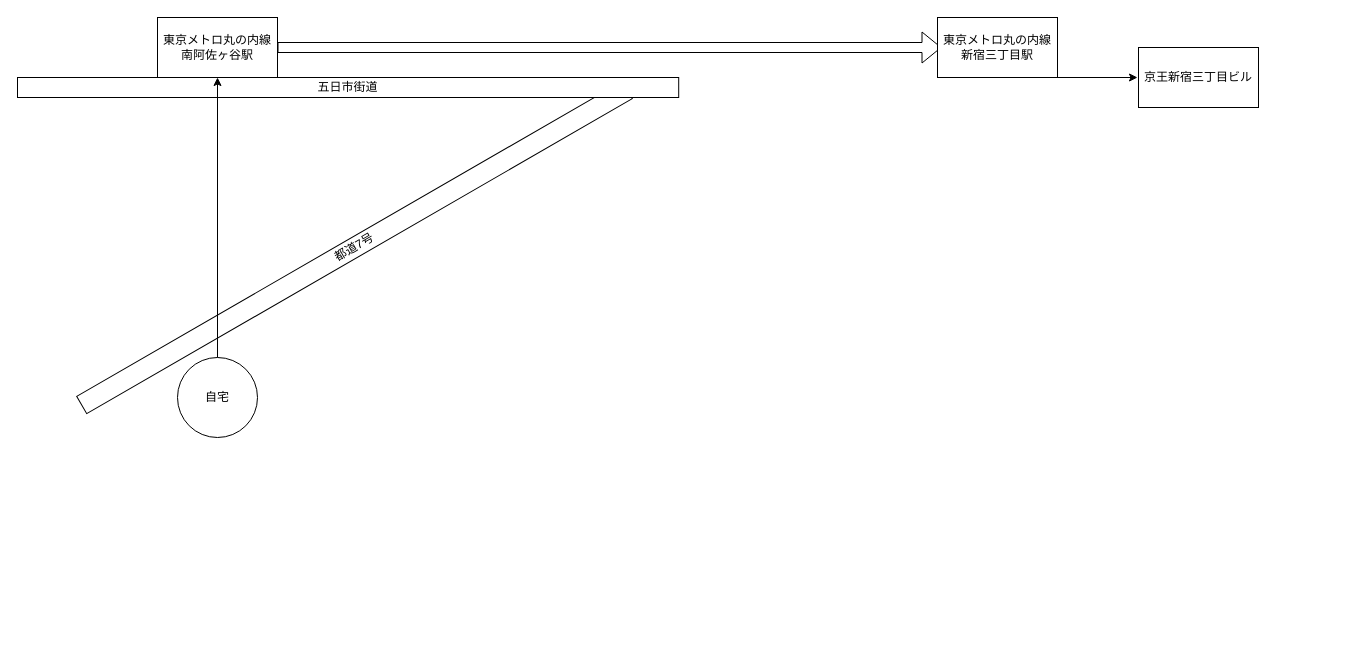
Above: lesson2/演習2-1.drawio in hirutashougo/UML_introduction (draw.io), before the change. Source tidied: cells renumbered, new cells numbered last; positions are measured from the earlier drawing's top-left corner, leaving out a move shared by most shapes. Both pictures are drawn from the tidied source at 100%, with x=0, y=0 at pixel (17, 17).
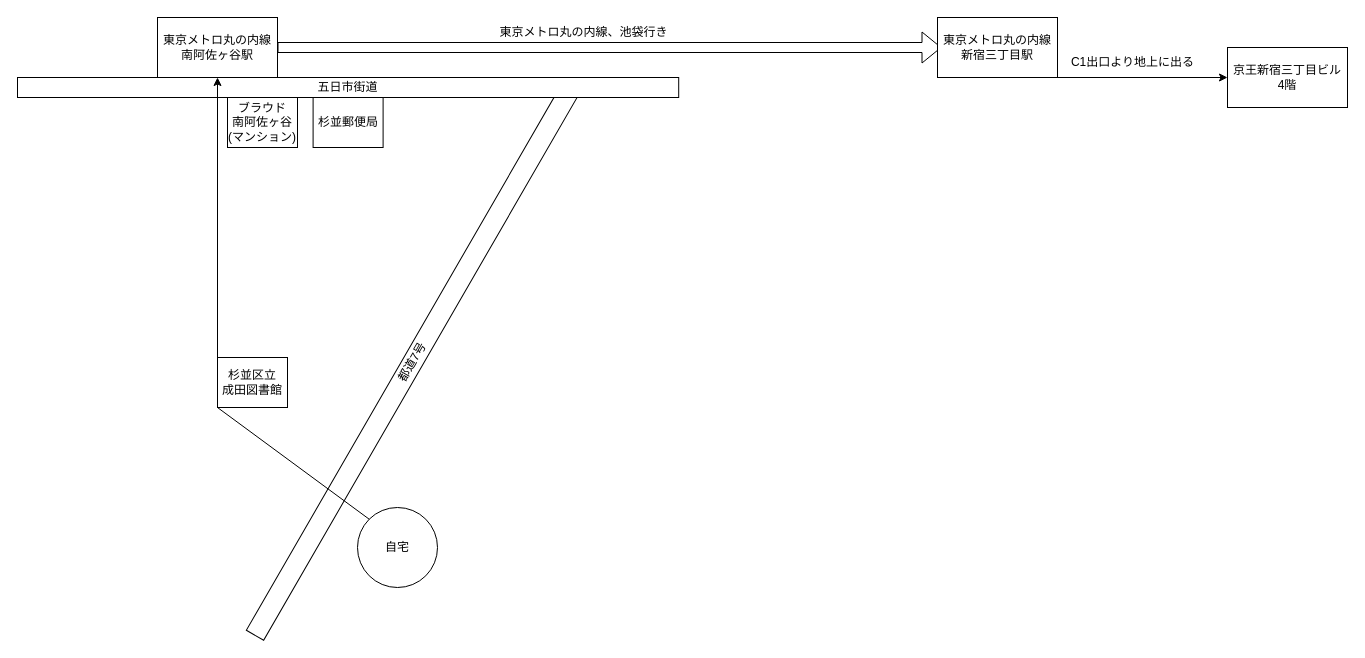
The same diagram, later.

The edit, as a diff of the source:
```diff
@@
 <mxGraphModel>
   <root>
     <mxCell id="0" />
     <mxCell id="1" parent="0" />
-    <mxCell id="2" value="都道7号" style="rounded=0;whiteSpace=wrap;html=1;rotation=-30;" parent="1" vertex="1">
-      <mxGeometry x="22" y="220" width="630" height="20" as="geometry" />
+    <mxCell id="2" value="都道7号" style="rounded=0;whiteSpace=wrap;html=1;rotation=-60;" parent="1" vertex="1">
+      <mxGeometry x="80" y="335" width="630" height="20" as="geometry" />
     </mxCell>
     <mxCell id="3" value="五日市街道" style="rounded=0;whiteSpace=wrap;html=1;" parent="1" vertex="1">
       <mxGeometry y="60" width="661.2" height="20" as="geometry" />
     </mxCell>
     <mxCell id="4" value="自宅" style="ellipse;whiteSpace=wrap;html=1;" parent="1" vertex="1">
-      <mxGeometry x="160" y="340" width="80" height="80" as="geometry" />
+      <mxGeometry x="340" y="490" width="80" height="80" as="geometry" />
     </mxCell>
     <mxCell id="5" value="東京メトロ丸の内線&lt;div&gt;南阿佐ヶ谷駅&lt;/div&gt;" style="rounded=0;whiteSpace=wrap;html=1;" parent="1" vertex="1">
       <mxGeometry x="140" width="120" height="60" as="geometry" />
     </mxCell>
-    <mxCell id="6" style="endArrow=classic;html=1;rounded=0;" parent="1" edge="1" target="5">
+    <mxCell id="6" style="endArrow=classic;html=1;rounded=0;exitX=0;exitY=0;exitDx=0;exitDy=0;" parent="1" edge="1" source="4" target="5">
       <mxGeometry relative="1" as="geometry">
-        <mxPoint x="200" y="340" as="sourcePoint" />
+        <Array as="points">
+          <mxPoint x="200" y="390" />
+        </Array>
       </mxGeometry>
     </mxCell>
     <mxCell id="7" style="shape=flexArrow;endArrow=classic;html=1;rounded=0;exitX=1;exitY=0.5;exitDx=0;exitDy=0;" parent="1" edge="1" source="5">
       <mxGeometry relative="1" as="geometry">
         <mxPoint x="924" y="30" as="targetPoint" />
       </mxGeometry>
     </mxCell>
     <mxCell id="8" value="東京メトロ丸の内線&lt;div&gt;新宿三丁目駅&lt;/div&gt;" style="rounded=0;whiteSpace=wrap;html=1;" parent="1" vertex="1">
       <mxGeometry x="920" width="120" height="60" as="geometry" />
     </mxCell>
-    <mxCell id="9" style="endArrow=classic;html=1;rounded=0;exitX=1;exitY=1;exitDx=0;exitDy=0;" parent="1" edge="1" source="8">
-      <mxGeometry relative="1" as="geometry">
-        <mxPoint x="1120" y="60" as="targetPoint" />
-      </mxGeometry>
+    <mxCell id="9" style="endArrow=classic;html=1;rounded=0;exitX=1;exitY=1;exitDx=0;exitDy=0;entryX=0;entryY=0.5;entryDx=0;entryDy=0;" parent="1" edge="1" source="8" target="10">
+      <mxGeometry relative="1" as="geometry" />
     </mxCell>
-    <mxCell id="10" value="京王新宿三丁目ビル" style="rounded=0;whiteSpace=wrap;html=1;" parent="1" vertex="1">
-      <mxGeometry x="1121" y="30" width="120" height="60" as="geometry" />
+    <mxCell id="10" value="京王新宿三丁目ビル&lt;br&gt;4階" style="rounded=0;whiteSpace=wrap;html=1;" parent="1" vertex="1">
+      <mxGeometry x="1210" y="30" width="120" height="60" as="geometry" />
     </mxCell>
+    <mxCell id="11" value="東京メトロ丸の内線、池袋行き" style="text;html=1;align=center;verticalAlign=middle;strokeColor=none;fillColor=none;" parent="1" vertex="1">
+      <mxGeometry x="471.2" width="190" height="30" as="geometry" />
+    </mxCell>
+    <mxCell id="12" value="C1出口より地上に出る" style="text;html=1;align=center;verticalAlign=middle;strokeColor=none;fillColor=none;" parent="1" vertex="1">
+      <mxGeometry x="1040" y="30" width="150" height="30" as="geometry" />
+    </mxCell>
+    <mxCell id="13" value="杉並区立&lt;br&gt;成田図書館" style="rounded=0;whiteSpace=wrap;html=1;" parent="1" vertex="1">
+      <mxGeometry x="200" y="340" width="70" height="50" as="geometry" />
+    </mxCell>
+    <mxCell id="14" value="杉並郵便局" style="rounded=0;whiteSpace=wrap;html=1;" parent="1" vertex="1">
+      <mxGeometry x="295.6" y="80" width="70" height="50" as="geometry" />
+    </mxCell>
+    <mxCell id="15" value="ブラウド&lt;br&gt;南阿佐ヶ谷&lt;br&gt;(マンション)" style="rounded=0;whiteSpace=wrap;html=1;" parent="1" vertex="1">
+      <mxGeometry x="210" y="80" width="70" height="50" as="geometry" />
+    </mxCell>
   </root>
 </mxGraphModel>
```
